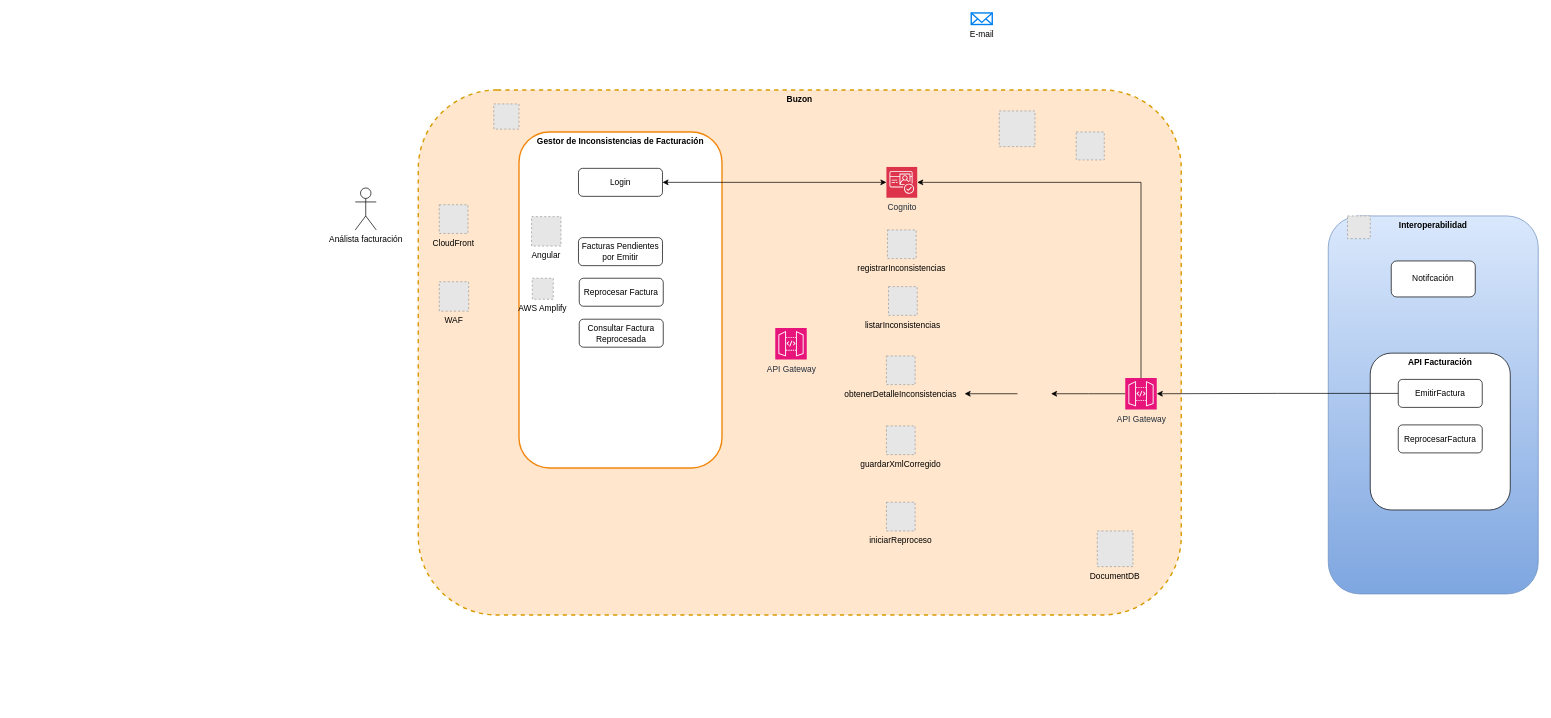
Above: page "Gestor Inconsistencias" (18 of 18) of Emision en Linea - Todos.drawio in carlosvalderrama1204/diagrams (draw.io), before the change. Source tidied: cells renumbered, new cells numbered last; positions are measured from the earlier drawing's top-left corner, leaving out a move shared by most shapes. Both pictures are drawn from the tidied source at 70%, with x=0, y=0 at pixel (355, 13). Pictures stored in the file or linked from it are replaced by grey dashed boxes.
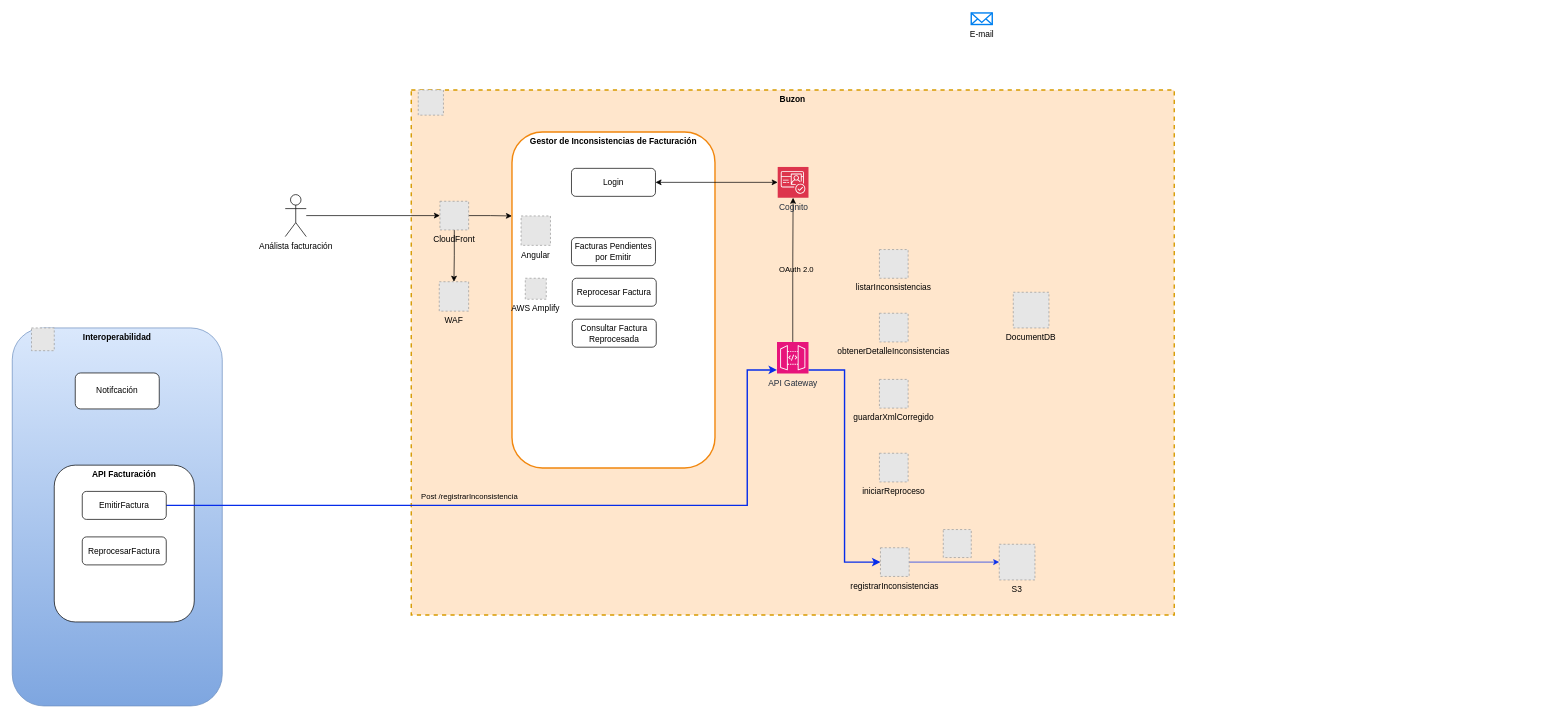
After the change.

What changed in the source:
```diff
@@
-    <mxCell id="2" style="group;labelBackgroundColor=none;fontColor=default;" parent="1" vertex="1">
-      <mxGeometry x="150" y="110" width="1030" height="750" as="geometry" />
-    </mxCell>
-    <mxCell id="3" value="Buzon" style="rounded=1;whiteSpace=wrap;html=1;verticalAlign=top;fontStyle=1;fillColor=#ffe6cc;strokeColor=#d79b00;dashed=1;strokeWidth=2;" parent="2" vertex="1">
-      <mxGeometry x="-60" width="1090" height="750" as="geometry" />
+    <mxCell id="3" value="Buzon" style="rounded=0;whiteSpace=wrap;html=1;verticalAlign=top;fontStyle=1;fillColor=#ffe6cc;strokeColor=#d79b00;dashed=1;strokeWidth=2;" parent="1" vertex="1">
+      <mxGeometry x="80" y="110" width="1090" height="750" as="geometry" />
     </mxCell>
+    <mxCell id="23" style="group;dashed=1;strokeWidth=2;" parent="1" vertex="1">
+      <mxGeometry x="-490" y="450" width="300" height="540" as="geometry" />
+    </mxCell>
+    <mxCell id="24" value="Interoperabilidad" style="rounded=1;whiteSpace=wrap;html=1;fontStyle=1;verticalAlign=top;fillColor=#dae8fc;strokeColor=#6c8ebf;gradientColor=#7ea6e0;" parent="23" vertex="1">
+      <mxGeometry width="300" height="540" as="geometry" />
+    </mxCell>
+    <mxCell id="25" style="fillColor=#E6E6E6;strokeColor=#999999;dashed=1;verticalLabelPosition=bottom;labelBackgroundColor=default;verticalAlign=top;" parent="23" vertex="1">
+      <mxGeometry x="27.5" width="32.5" height="32.5" as="geometry" />
+    </mxCell>
+    <mxCell id="26" value="Notifcación" style="rounded=1;whiteSpace=wrap;html=1;" parent="23" vertex="1">
+      <mxGeometry x="90" y="64.3" width="120" height="51.4" as="geometry" />
+    </mxCell>
+    <mxCell id="39" style="edgeStyle=orthogonalEdgeStyle;rounded=0;jettySize=auto;html=1;entryX=0;entryY=0.5;entryDx=0;entryDy=0;" parent="1" edge="1" source="27" target="37">
+      <mxGeometry relative="1" as="geometry" />
+    </mxCell>
+    <mxCell id="27" value="Análista facturación" style="shape=umlActor;verticalLabelPosition=bottom;verticalAlign=top;html=1;outlineConnect=0;" parent="1" vertex="1">
+      <mxGeometry x="-100" y="259.5" width="30" height="60" as="geometry" />
+    </mxCell>
+    <mxCell id="28" value="API Facturación" style="rounded=1;whiteSpace=wrap;html=1;verticalAlign=top;fontStyle=1;" parent="1" vertex="1">
+      <mxGeometry x="-430" y="646" width="200" height="224" as="geometry" />
+    </mxCell>
+    <mxCell id="29" style="edgeStyle=orthogonalEdgeStyle;rounded=0;jettySize=auto;html=1;strokeColor=light-dark(#062cea, #ededed);strokeWidth=2;" parent="1" edge="1" source="30" target="34">
+      <mxGeometry relative="1" as="geometry">
+        <Array as="points">
+          <mxPoint x="560" y="704" />
+          <mxPoint x="560" y="510" />
+        </Array>
+      </mxGeometry>
+    </mxCell>
+    <mxCell id="40" value="Post /registrarInconsistencia" style="edgeLabel;html=1;align=center;verticalAlign=middle;labelBackgroundColor=none;" parent="29" vertex="1">
+      <mxGeometry x="-0.29" y="4" relative="1" as="geometry">
+        <mxPoint x="54" y="-9" as="offset" />
+      </mxGeometry>
+    </mxCell>
+    <mxCell id="30" value="EmitirFactura" style="rounded=1;whiteSpace=wrap;html=1;" parent="1" vertex="1">
+      <mxGeometry x="-390" y="683.5" width="120" height="40" as="geometry" />
+    </mxCell>
+    <mxCell id="31" value="ReprocesarFactura" style="rounded=1;whiteSpace=wrap;html=1;" parent="1" vertex="1">
+      <mxGeometry x="-390" y="748.5" width="120" height="40" as="geometry" />
+    </mxCell>
+    <mxCell id="41" style="edgeStyle=orthogonalEdgeStyle;rounded=0;jettySize=auto;html=1;entryX=0;entryY=0.5;entryDx=0;entryDy=0;strokeColor=light-dark(#062CEA,#EDEDED);strokeWidth=2;" parent="1" edge="1" source="34" target="9">
+      <mxGeometry relative="1" as="geometry">
+        <Array as="points">
+          <mxPoint x="699" y="510" />
+          <mxPoint x="699" y="785" />
+        </Array>
+      </mxGeometry>
+    </mxCell>
+    <mxCell id="36" style="edgeStyle=orthogonalEdgeStyle;rounded=0;jettySize=auto;html=1;" parent="1" edge="1" source="34" target="8">
+      <mxGeometry relative="1" as="geometry" />
+    </mxCell>
+    <mxCell id="42" value="OAuth 2.0" style="edgeLabel;html=1;align=center;verticalAlign=middle;labelBackgroundColor=none;" parent="36" vertex="1">
+      <mxGeometry x="0.01" y="-3" relative="1" as="geometry">
+        <mxPoint x="1" as="offset" />
+      </mxGeometry>
+    </mxCell>
+    <mxCell id="34" value="API Gateway" style="sketch=0;points=[[0,0,0],[0.25,0,0],[0.5,0,0],[0.75,0,0],[1,0,0],[0,1,0],[0.25,1,0],[0.5,1,0],[0.75,1,0],[1,1,0],[0,0.25,0],[0,0.5,0],[0,0.75,0],[1,0.25,0],[1,0.5,0],[1,0.75,0]];outlineConnect=0;fontColor=#232F3E;fillColor=#E7157B;strokeColor=#ffffff;dashed=0;verticalLabelPosition=bottom;verticalAlign=top;align=center;html=1;fontSize=12;fontStyle=0;shape=mxgraph.aws4.resourceIcon;resIcon=mxgraph.aws4.api_gateway;" parent="1" vertex="1">
+      <mxGeometry x="602.5" y="470" width="45" height="45" as="geometry" />
+    </mxCell>
+    <mxCell id="35" value="E-mail" style="html=1;verticalLabelPosition=bottom;align=center;labelBackgroundColor=#ffffff;verticalAlign=top;strokeWidth=2;strokeColor=#0080F0;shadow=0;dashed=0;shape=mxgraph.ios7.icons.mail;" parent="1" vertex="1">
+      <mxGeometry x="880" width="30" height="16.5" as="geometry" />
+    </mxCell>
+    <mxCell id="43" style="edgeStyle=orthogonalEdgeStyle;rounded=0;jettySize=auto;html=1;entryX=0.5;entryY=0;entryDx=0;entryDy=0;" parent="1" edge="1" source="37" target="38">
+      <mxGeometry relative="1" as="geometry" />
+    </mxCell>
+    <mxCell id="44" style="edgeStyle=orthogonalEdgeStyle;rounded=0;jettySize=auto;html=1;entryX=0;entryY=0.25;entryDx=0;entryDy=0;" parent="1" edge="1" source="37" target="14">
+      <mxGeometry relative="1" as="geometry" />
+    </mxCell>
+    <mxCell id="37" value="CloudFront" style="fillColor=#E6E6E6;strokeColor=#999999;dashed=1;verticalLabelPosition=bottom;labelBackgroundColor=none;verticalAlign=top;" parent="1" vertex="1">
+      <mxGeometry x="121" y="269" width="41" height="41" as="geometry" />
+    </mxCell>
+    <mxCell id="38" value="WAF" style="fillColor=#E6E6E6;strokeColor=#999999;dashed=1;verticalLabelPosition=bottom;labelBackgroundColor=none;verticalAlign=top;" parent="1" vertex="1">
+      <mxGeometry x="120" y="384" width="42" height="42" as="geometry" />
+    </mxCell>
-    <mxCell id="4" style="fillColor=#E6E6E6;strokeColor=#999999;dashed=1;verticalLabelPosition=bottom;labelBackgroundColor=default;verticalAlign=top;" parent="2" vertex="1">
-      <mxGeometry x="47.9" y="20" width="36" height="36" as="geometry" />
+    <mxCell id="4" style="fillColor=#E6E6E6;strokeColor=#999999;dashed=1;verticalLabelPosition=bottom;labelBackgroundColor=default;verticalAlign=top;" parent="1" vertex="1">
+      <mxGeometry x="90" y="110" width="36" height="36" as="geometry" />
     </mxCell>
-    <mxCell id="5" value="DocumentDB" style="fillColor=#E6E6E6;strokeColor=#999999;dashed=1;verticalLabelPosition=bottom;labelBackgroundColor=none;verticalAlign=top;" parent="2" vertex="1">
-      <mxGeometry x="910" y="630" width="51" height="51" as="geometry" />
+    <mxCell id="5" value="DocumentDB" style="fillColor=#E6E6E6;strokeColor=#999999;dashed=1;verticalLabelPosition=bottom;labelBackgroundColor=none;verticalAlign=top;" parent="1" vertex="1">
+      <mxGeometry x="940" y="399" width="51" height="51" as="geometry" />
     </mxCell>
-    <mxCell id="6" style="fillColor=#E6E6E6;strokeColor=#999999;dashed=1;verticalLabelPosition=bottom;labelBackgroundColor=default;verticalAlign=top;" parent="2" vertex="1">
-      <mxGeometry x="770" y="30" width="51" height="51" as="geometry" />
+    <mxCell id="6" value="S3" style="fillColor=#E6E6E6;strokeColor=#999999;dashed=1;verticalLabelPosition=bottom;labelBackgroundColor=none;verticalAlign=top;" parent="1" vertex="1">
+      <mxGeometry x="920" y="759" width="51" height="51" as="geometry" />
     </mxCell>
-    <mxCell id="7" style="fillColor=#E6E6E6;strokeColor=#999999;dashed=1;html=1;verticalAlign=top;verticalLabelPosition=bottom;labelBackgroundColor=#ffffff;" parent="2" vertex="1">
-      <mxGeometry x="880" y="60" width="40" height="40" as="geometry" />
+    <mxCell id="7" style="fillColor=#E6E6E6;strokeColor=#999999;dashed=1;html=1;verticalAlign=top;verticalLabelPosition=bottom;labelBackgroundColor=#ffffff;" parent="1" vertex="1">
+      <mxGeometry x="840" y="738" width="40" height="40" as="geometry" />
     </mxCell>
-    <mxCell id="8" value="Cognito" style="sketch=0;points=[[0,0,0],[0.25,0,0],[0.5,0,0],[0.75,0,0],[1,0,0],[0,1,0],[0.25,1,0],[0.5,1,0],[0.75,1,0],[1,1,0],[0,0.25,0],[0,0.5,0],[0,0.75,0],[1,0.25,0],[1,0.5,0],[1,0.75,0]];outlineConnect=0;fontColor=#232F3E;fillColor=#DD344C;strokeColor=#ffffff;dashed=0;verticalLabelPosition=bottom;verticalAlign=top;align=center;html=1;fontSize=12;fontStyle=0;shape=mxgraph.aws4.resourceIcon;resIcon=mxgraph.aws4.cognito;" parent="2" vertex="1">
-      <mxGeometry x="608.8" y="110" width="44" height="44" as="geometry" />
+    <mxCell id="8" value="Cognito" style="sketch=0;points=[[0,0,0],[0.25,0,0],[0.5,0,0],[0.75,0,0],[1,0,0],[0,1,0],[0.25,1,0],[0.5,1,0],[0.75,1,0],[1,1,0],[0,0.25,0],[0,0.5,0],[0,0.75,0],[1,0.25,0],[1,0.5,0],[1,0.75,0]];outlineConnect=0;fontColor=#232F3E;fillColor=#DD344C;strokeColor=#ffffff;dashed=0;verticalLabelPosition=bottom;verticalAlign=top;align=center;html=1;fontSize=12;fontStyle=0;shape=mxgraph.aws4.resourceIcon;resIcon=mxgraph.aws4.cognito;" parent="1" vertex="1">
+      <mxGeometry x="603.5" y="220" width="44" height="44" as="geometry" />
     </mxCell>
+    <mxCell id="45" style="edgeStyle=orthogonalEdgeStyle;rounded=0;jettySize=auto;html=1;strokeColor=#062CEA;" parent="1" edge="1" source="9" target="6">
+      <mxGeometry relative="1" as="geometry" />
+    </mxCell>
-    <mxCell id="9" value="registrarInconsistencias" style="fillColor=#E6E6E6;strokeColor=#999999;dashed=1;verticalLabelPosition=bottom;labelBackgroundColor=none;verticalAlign=top;" parent="2" vertex="1">
-      <mxGeometry x="610.3" y="200" width="41" height="41" as="geometry" />
+    <mxCell id="9" value="registrarInconsistencias" style="fillColor=#E6E6E6;strokeColor=#999999;dashed=1;verticalLabelPosition=bottom;labelBackgroundColor=none;verticalAlign=top;" parent="1" vertex="1">
+      <mxGeometry x="750.3" y="764" width="41" height="41" as="geometry" />
     </mxCell>
-    <mxCell id="10" value="listarInconsistencias" style="fillColor=#E6E6E6;strokeColor=#999999;dashed=1;verticalLabelPosition=bottom;labelBackgroundColor=none;verticalAlign=top;" parent="2" vertex="1">
-      <mxGeometry x="611.8" y="281" width="41" height="41" as="geometry" />
+    <mxCell id="10" value="listarInconsistencias" style="fillColor=#E6E6E6;strokeColor=#999999;dashed=1;verticalLabelPosition=bottom;labelBackgroundColor=none;verticalAlign=top;" parent="1" vertex="1">
+      <mxGeometry x="748.8" y="338" width="41" height="41" as="geometry" />
     </mxCell>
-    <mxCell id="11" value="obtenerDetalleInconsistencias" style="fillColor=#E6E6E6;strokeColor=#999999;dashed=1;verticalLabelPosition=bottom;labelBackgroundColor=none;verticalAlign=top;" parent="2" vertex="1">
-      <mxGeometry x="608.8" y="380" width="41" height="41" as="geometry" />
+    <mxCell id="11" value="obtenerDetalleInconsistencias" style="fillColor=#E6E6E6;strokeColor=#999999;dashed=1;verticalLabelPosition=bottom;labelBackgroundColor=none;verticalAlign=top;" parent="1" vertex="1">
+      <mxGeometry x="748.8" y="429" width="41" height="41" as="geometry" />
     </mxCell>
-    <mxCell id="12" value="guardarXmlCorregido" style="fillColor=#E6E6E6;strokeColor=#999999;dashed=1;verticalLabelPosition=bottom;labelBackgroundColor=none;verticalAlign=top;" parent="2" vertex="1">
-      <mxGeometry x="608.8" y="480" width="41" height="41" as="geometry" />
+    <mxCell id="12" value="guardarXmlCorregido" style="fillColor=#E6E6E6;strokeColor=#999999;dashed=1;verticalLabelPosition=bottom;labelBackgroundColor=none;verticalAlign=top;" parent="1" vertex="1">
+      <mxGeometry x="748.8" y="523.5" width="41" height="41" as="geometry" />
     </mxCell>
-    <mxCell id="13" value="iniciarReproceso" style="fillColor=#E6E6E6;strokeColor=#999999;dashed=1;verticalLabelPosition=bottom;labelBackgroundColor=none;verticalAlign=top;" parent="2" vertex="1">
-      <mxGeometry x="608.8" y="589" width="41" height="41" as="geometry" />
+    <mxCell id="13" value="iniciarReproceso" style="fillColor=#E6E6E6;strokeColor=#999999;dashed=1;verticalLabelPosition=bottom;labelBackgroundColor=none;verticalAlign=top;" parent="1" vertex="1">
+      <mxGeometry x="748.8" y="629" width="41" height="41" as="geometry" />
     </mxCell>
-    <mxCell id="14" value="Gestor de Inconsistencias de Facturación" style="rounded=1;whiteSpace=wrap;html=1;align=center;verticalAlign=top;fontStyle=1;strokeColor=light-dark(#f1870e, #ededed);strokeWidth=2;" parent="2" vertex="1">
-      <mxGeometry x="83.9" y="60" width="290" height="480" as="geometry" />
+    <mxCell id="14" value="Gestor de Inconsistencias de Facturación" style="rounded=1;whiteSpace=wrap;html=1;align=center;verticalAlign=top;fontStyle=1;strokeColor=light-dark(#f1870e, #ededed);strokeWidth=2;" parent="1" vertex="1">
+      <mxGeometry x="223.9" y="170" width="290" height="480" as="geometry" />
     </mxCell>
-    <mxCell id="15" value="Login" style="rounded=1;whiteSpace=wrap;html=1;" parent="2" vertex="1">
-      <mxGeometry x="168.9" y="112" width="120" height="40" as="geometry" />
+    <mxCell id="15" value="Login" style="rounded=1;whiteSpace=wrap;html=1;" parent="1" vertex="1">
+      <mxGeometry x="308.9" y="222" width="120" height="40" as="geometry" />
     </mxCell>
-    <mxCell id="16" value="Facturas Pendientes por Emitir" style="rounded=1;whiteSpace=wrap;html=1;" parent="2" vertex="1">
-      <mxGeometry x="168.9" y="211" width="120" height="40" as="geometry" />
+    <mxCell id="16" value="Facturas Pendientes por Emitir" style="rounded=1;whiteSpace=wrap;html=1;" parent="1" vertex="1">
+      <mxGeometry x="308.9" y="321" width="120" height="40" as="geometry" />
     </mxCell>
-    <mxCell id="17" value="Reprocesar Factura" style="rounded=1;whiteSpace=wrap;html=1;" parent="2" vertex="1">
-      <mxGeometry x="170" y="269" width="120" height="40" as="geometry" />
+    <mxCell id="17" value="Reprocesar Factura" style="rounded=1;whiteSpace=wrap;html=1;" parent="1" vertex="1">
+      <mxGeometry x="310" y="379" width="120" height="40" as="geometry" />
     </mxCell>
-    <mxCell id="18" value="Consultar Factura Reprocesada" style="rounded=1;whiteSpace=wrap;html=1;" parent="2" vertex="1">
-      <mxGeometry x="170" y="327.5" width="120" height="40" as="geometry" />
+    <mxCell id="18" value="Consultar Factura Reprocesada" style="rounded=1;whiteSpace=wrap;html=1;" parent="1" vertex="1">
+      <mxGeometry x="310" y="437.5" width="120" height="40" as="geometry" />
     </mxCell>
-    <mxCell id="19" value="AWS Amplify" style="fillColor=#E6E6E6;strokeColor=#999999;dashed=1;verticalLabelPosition=bottom;labelBackgroundColor=none;verticalAlign=top;" parent="2" vertex="1">
-      <mxGeometry x="102.9" y="269" width="30" height="30" as="geometry" />
+    <mxCell id="19" value="AWS Amplify" style="fillColor=#E6E6E6;strokeColor=#999999;dashed=1;verticalLabelPosition=bottom;labelBackgroundColor=none;verticalAlign=top;" parent="1" vertex="1">
+      <mxGeometry x="242.9" y="379" width="30" height="30" as="geometry" />
     </mxCell>
-    <mxCell id="20" value="Angular" style="fillColor=#E6E6E6;strokeColor=#999999;dashed=1;verticalLabelPosition=bottom;labelBackgroundColor=default;verticalAlign=top;" parent="2" vertex="1">
-      <mxGeometry x="101.9" y="181" width="42" height="42" as="geometry" />
+    <mxCell id="20" value="Angular" style="fillColor=#E6E6E6;strokeColor=#999999;dashed=1;verticalLabelPosition=bottom;labelBackgroundColor=default;verticalAlign=top;" parent="1" vertex="1">
+      <mxGeometry x="236.9" y="290" width="42" height="42" as="geometry" />
     </mxCell>
-    <mxCell id="21" value="API Gateway" style="sketch=0;fontColor=#232F3E;fillColor=#E7157B;strokeColor=#ffffff;dashed=0;verticalLabelPosition=bottom;verticalAlign=top;align=center;html=1;fontSize=12;fontStyle=0;shape=mxgraph.aws4.resourceIcon;resIcon=mxgraph.aws4.api_gateway;" parent="2" vertex="1">
-      <mxGeometry x="450" y="340" width="45" height="45" as="geometry" />
-    </mxCell>
-    <mxCell id="22" style="edgeStyle=orthogonalEdgeStyle;rounded=0;jettySize=auto;html=1;entryX=0;entryY=0.5;entryDx=0;entryDy=0;entryPerimeter=0;startArrow=classic;startFill=1;" parent="2" edge="1" source="15" target="8">
+    <mxCell id="22" style="edgeStyle=orthogonalEdgeStyle;rounded=0;jettySize=auto;html=1;entryX=0;entryY=0.5;entryDx=0;entryDy=0;entryPerimeter=0;startArrow=classic;startFill=1;" parent="1" edge="1" source="15" target="8">
       <mxGeometry relative="1" as="geometry" />
     </mxCell>
-    <mxCell id="23" style="group;dashed=1;strokeWidth=2;" parent="1" vertex="1">
-      <mxGeometry x="1390" y="290" width="300" height="540" as="geometry" />
-    </mxCell>
-    <mxCell id="24" value="Interoperabilidad" style="rounded=1;whiteSpace=wrap;html=1;fontStyle=1;verticalAlign=top;fillColor=#dae8fc;strokeColor=#6c8ebf;gradientColor=#7ea6e0;" parent="23" vertex="1">
-      <mxGeometry width="300" height="540" as="geometry" />
-    </mxCell>
-    <mxCell id="25" style="fillColor=#E6E6E6;strokeColor=#999999;dashed=1;verticalLabelPosition=bottom;labelBackgroundColor=default;verticalAlign=top;" parent="23" vertex="1">
-      <mxGeometry x="27.5" width="32.5" height="32.5" as="geometry" />
-    </mxCell>
-    <mxCell id="26" value="Notifcación" style="rounded=1;whiteSpace=wrap;html=1;" parent="23" vertex="1">
-      <mxGeometry x="90" y="64.3" width="120" height="51.4" as="geometry" />
-    </mxCell>
-    <mxCell id="27" value="Análista facturación" style="shape=umlActor;verticalLabelPosition=bottom;verticalAlign=top;html=1;outlineConnect=0;" parent="1" vertex="1">
-      <mxGeometry y="250" width="30" height="60" as="geometry" />
-    </mxCell>
-    <mxCell id="28" value="API Facturación" style="rounded=1;whiteSpace=wrap;html=1;verticalAlign=top;fontStyle=1;" parent="1" vertex="1">
-      <mxGeometry x="1450" y="486" width="200" height="224" as="geometry" />
-    </mxCell>
-    <mxCell id="29" style="edgeStyle=orthogonalEdgeStyle;rounded=0;jettySize=auto;html=1;entryX=1;entryY=0.5;entryDx=0;entryDy=0;entryPerimeter=0;" parent="1" edge="1" source="30" target="34">
-      <mxGeometry relative="1" as="geometry" />
-    </mxCell>
-    <mxCell id="30" value="EmitirFactura" style="rounded=1;whiteSpace=wrap;html=1;" parent="1" vertex="1">
-      <mxGeometry x="1490" y="523.5" width="120" height="40" as="geometry" />
-    </mxCell>
-    <mxCell id="31" value="ReprocesarFactura" style="rounded=1;whiteSpace=wrap;html=1;" parent="1" vertex="1">
-      <mxGeometry x="1490" y="588.5" width="120" height="40" as="geometry" />
-    </mxCell>
-    <mxCell id="32" style="edgeStyle=orthogonalEdgeStyle;rounded=0;orthogonalLoop=1;jettySize=auto;html=1;" parent="1" edge="1">
-      <mxGeometry relative="1" as="geometry">
-        <mxPoint x="946" y="544" as="sourcePoint" />
-        <mxPoint x="870.5" y="544" as="targetPoint" />
-      </mxGeometry>
-    </mxCell>
-    <mxCell id="33" style="edgeStyle=orthogonalEdgeStyle;rounded=0;jettySize=auto;html=1;" parent="1" edge="1" source="34">
-      <mxGeometry relative="1" as="geometry">
-        <mxPoint x="994" y="544" as="targetPoint" />
-      </mxGeometry>
-    </mxCell>
-    <mxCell id="34" value="API Gateway" style="sketch=0;points=[[0,0,0],[0.25,0,0],[0.5,0,0],[0.75,0,0],[1,0,0],[0,1,0],[0.25,1,0],[0.5,1,0],[0.75,1,0],[1,1,0],[0,0.25,0],[0,0.5,0],[0,0.75,0],[1,0.25,0],[1,0.5,0],[1,0.75,0]];outlineConnect=0;fontColor=#232F3E;fillColor=#E7157B;strokeColor=#ffffff;dashed=0;verticalLabelPosition=bottom;verticalAlign=top;align=center;html=1;fontSize=12;fontStyle=0;shape=mxgraph.aws4.resourceIcon;resIcon=mxgraph.aws4.api_gateway;" parent="1" vertex="1">
-      <mxGeometry x="1100" y="521.5" width="45" height="45" as="geometry" />
-    </mxCell>
-    <mxCell id="35" value="E-mail" style="html=1;verticalLabelPosition=bottom;align=center;labelBackgroundColor=#ffffff;verticalAlign=top;strokeWidth=2;strokeColor=#0080F0;shadow=0;dashed=0;shape=mxgraph.ios7.icons.mail;" parent="1" vertex="1">
-      <mxGeometry x="880" width="30" height="16.5" as="geometry" />
-    </mxCell>
-    <mxCell id="36" style="edgeStyle=orthogonalEdgeStyle;rounded=0;jettySize=auto;html=1;entryX=1;entryY=0.5;entryDx=0;entryDy=0;entryPerimeter=0;" parent="1" edge="1" source="34" target="8">
-      <mxGeometry relative="1" as="geometry">
-        <Array as="points">
-          <mxPoint x="1123" y="242" />
-        </Array>
-      </mxGeometry>
-    </mxCell>
-    <mxCell id="37" value="CloudFront" style="fillColor=#E6E6E6;strokeColor=#999999;dashed=1;verticalLabelPosition=bottom;labelBackgroundColor=none;verticalAlign=top;" parent="1" vertex="1">
-      <mxGeometry x="120" y="274" width="41" height="41" as="geometry" />
-    </mxCell>
-    <mxCell id="38" value="WAF" style="fillColor=#E6E6E6;strokeColor=#999999;dashed=1;verticalLabelPosition=bottom;labelBackgroundColor=none;verticalAlign=top;" parent="1" vertex="1">
-      <mxGeometry x="120" y="384" width="42" height="42" as="geometry" />
-    </mxCell>
```
